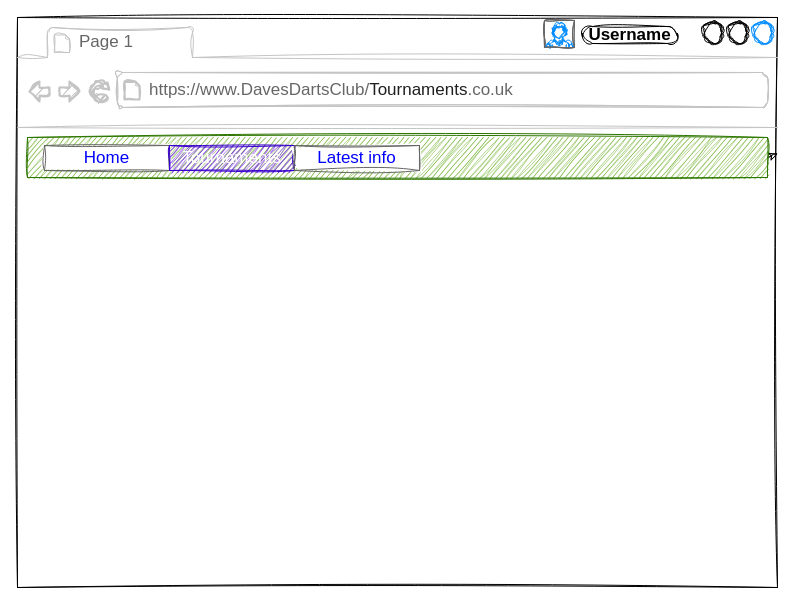
This is page "Tournaments" (2 of 5) of docs/Design.drawio from davechampion-dev/DavesDartsClub, a draw.io file, before an edit. Source tidied: cells renumbered, new cells numbered last; positions are measured from the earlier drawing's top-left corner, leaving out a move shared by most shapes. Both pictures are drawn from the tidied source at 100%, with x=0, y=0 at pixel (17, 17).
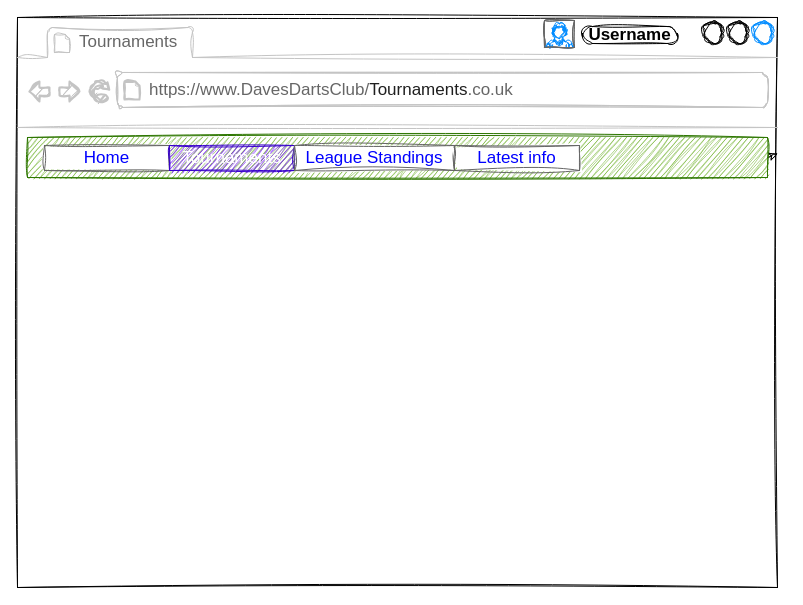
Above is the later version.

Diff of the diagram source:
```diff
@@
 <mxGraphModel>
   <root>
     <mxCell id="0" />
     <mxCell id="1" parent="0" />
     <mxCell id="2" style="strokeWidth=1;shadow=0;dashed=0;align=center;html=1;shape=mxgraph.mockup.containers.browserWindow;rSize=0;strokeColor2=#008cff;strokeColor3=#c4c4c4;mainText=,;sketch=1;curveFitting=1;jiggle=2;" parent="1" vertex="1">
       <mxGeometry width="760" height="570" as="geometry" />
     </mxCell>
-    <mxCell id="3" value="Page 1" style="strokeWidth=1;shadow=0;dashed=0;align=center;html=1;shape=mxgraph.mockup.containers.anchor;fontSize=17;fontColor=#666666;align=left;whiteSpace=wrap;sketch=1;curveFitting=1;jiggle=2;" parent="2" vertex="1">
+    <mxCell id="3" value="Tournaments" style="strokeWidth=1;shadow=0;dashed=0;align=center;html=1;shape=mxgraph.mockup.containers.anchor;fontSize=17;fontColor=#666666;align=left;whiteSpace=wrap;sketch=1;curveFitting=1;jiggle=2;" parent="2" vertex="1">
       <mxGeometry x="60" y="12" width="110" height="26" as="geometry" />
     </mxCell>
     <mxCell id="4" value="&lt;div style=&quot;text-align: center;&quot;&gt;&lt;span style=&quot;background-color: transparent;&quot;&gt;https://www.DavesDartsClub/&lt;font color=&quot;#1f1f1f&quot;&gt;&lt;span style=&quot;text-wrap-mode: wrap;&quot;&gt;Tournaments&lt;/span&gt;&lt;/font&gt;&lt;/span&gt;&lt;span style=&quot;background-color: transparent;&quot;&gt;.co.uk&lt;/span&gt;&lt;/div&gt;" style="strokeWidth=1;shadow=0;dashed=0;align=center;html=1;shape=mxgraph.mockup.containers.anchor;rSize=0;fontSize=17;fontColor=#666666;align=left;sketch=1;curveFitting=1;jiggle=2;" parent="2" vertex="1">
       <mxGeometry x="130" y="60" width="370" height="26" as="geometry" />
     </mxCell>
     <mxCell id="5" style="verticalLabelPosition=bottom;shadow=0;dashed=0;align=center;html=1;verticalAlign=top;strokeWidth=1;shape=mxgraph.mockup.containers.userMale;strokeColor=#666666;strokeColor2=#008cff;sketch=1;curveFitting=1;jiggle=2;" parent="2" vertex="1">
       <mxGeometry x="527" y="3" width="30" height="27" as="geometry" />
     </mxCell>
     <mxCell id="6" style="edgeStyle=none;html=1;exitX=1;exitY=0.5;exitDx=0;exitDy=0;sketch=1;curveFitting=1;jiggle=2;" parent="2" edge="1" source="7" target="2">
       <mxGeometry relative="1" as="geometry" />
     </mxCell>
     <mxCell id="7" style="rounded=0;whiteSpace=wrap;html=1;fillColor=#60a917;fontColor=#ffffff;strokeColor=#2D7600;sketch=1;curveFitting=1;jiggle=2;" parent="2" vertex="1">
       <mxGeometry x="10" y="120" width="740" height="40" as="geometry" />
     </mxCell>
     <mxCell id="8" value="Username" style="strokeWidth=1;shadow=0;dashed=0;align=center;html=1;shape=mxgraph.mockup.buttons.button;mainText=;buttonStyle=round;fontSize=17;fontStyle=1;whiteSpace=wrap;sketch=1;curveFitting=1;jiggle=2;" parent="2" vertex="1">
       <mxGeometry x="565" y="9" width="95" height="17" as="geometry" />
     </mxCell>
     <mxCell id="9" style="swimlane;shape=mxgraph.bootstrap.anchor;strokeColor=#666666;fillColor=#ffffff;fontColor=#0000FF;fontStyle=0;horizontal=0;startSize=0;whiteSpace=wrap;html=1;sketch=1;curveFitting=1;jiggle=2;" parent="2" vertex="1">
-      <mxGeometry x="27" y="128" width="375" height="25" as="geometry" />
+      <mxGeometry x="27" y="128" width="535" height="25" as="geometry" />
     </mxCell>
     <mxCell id="10" value="Home" style="text;strokeColor=inherit;align=center;verticalAlign=middle;spacingLeft=10;spacingRight=10;overflow=hidden;whiteSpace=wrap;html=1;fillColor=inherit;fontColor=inherit;fontSize=17;sketch=1;curveFitting=1;jiggle=2;" parent="9" vertex="1">
       <mxGeometry width="125" height="25" as="geometry" />
     </mxCell>
-    <mxCell id="11" value="Tournaments" style="text;strokeColor=#3700CC;align=center;verticalAlign=middle;spacingLeft=10;spacingRight=10;overflow=hidden;whiteSpace=wrap;html=1;fillColor=#6a00ff;fontColor=#ffffff;fontSize=17;sketch=1;curveFitting=1;jiggle=2;" parent="9" vertex="1">
+    <mxCell id="11" value="Tournaments" style="text;strokeColor=#3700CC;align=center;verticalAlign=middle;spacingLeft=10;spacingRight=10;overflow=hidden;whiteSpace=wrap;html=1;fillColor=#6a00ff;fontColor=light-dark(#ffffff, #dfd8d8);fontSize=17;sketch=1;curveFitting=1;jiggle=2;" parent="9" vertex="1">
       <mxGeometry x="125" width="125" height="25" as="geometry" />
     </mxCell>
+    <mxCell id="13" value="League Standings" style="text;strokeColor=inherit;align=center;verticalAlign=middle;spacingLeft=10;spacingRight=10;overflow=hidden;whiteSpace=wrap;html=1;fillColor=inherit;fontColor=inherit;fontSize=17;sketch=1;curveFitting=1;jiggle=2;" parent="9" vertex="1">
+      <mxGeometry x="250" width="160" height="25" as="geometry" />
+    </mxCell>
     <mxCell id="12" value="Latest info" style="text;strokeColor=inherit;align=center;verticalAlign=middle;spacingLeft=10;spacingRight=10;overflow=hidden;whiteSpace=wrap;html=1;fillColor=inherit;fontColor=inherit;fontSize=17;sketch=1;curveFitting=1;jiggle=2;" parent="9" vertex="1">
-      <mxGeometry x="250" width="125" height="25" as="geometry" />
+      <mxGeometry x="410" width="125" height="25" as="geometry" />
     </mxCell>
   </root>
 </mxGraphModel>
```
